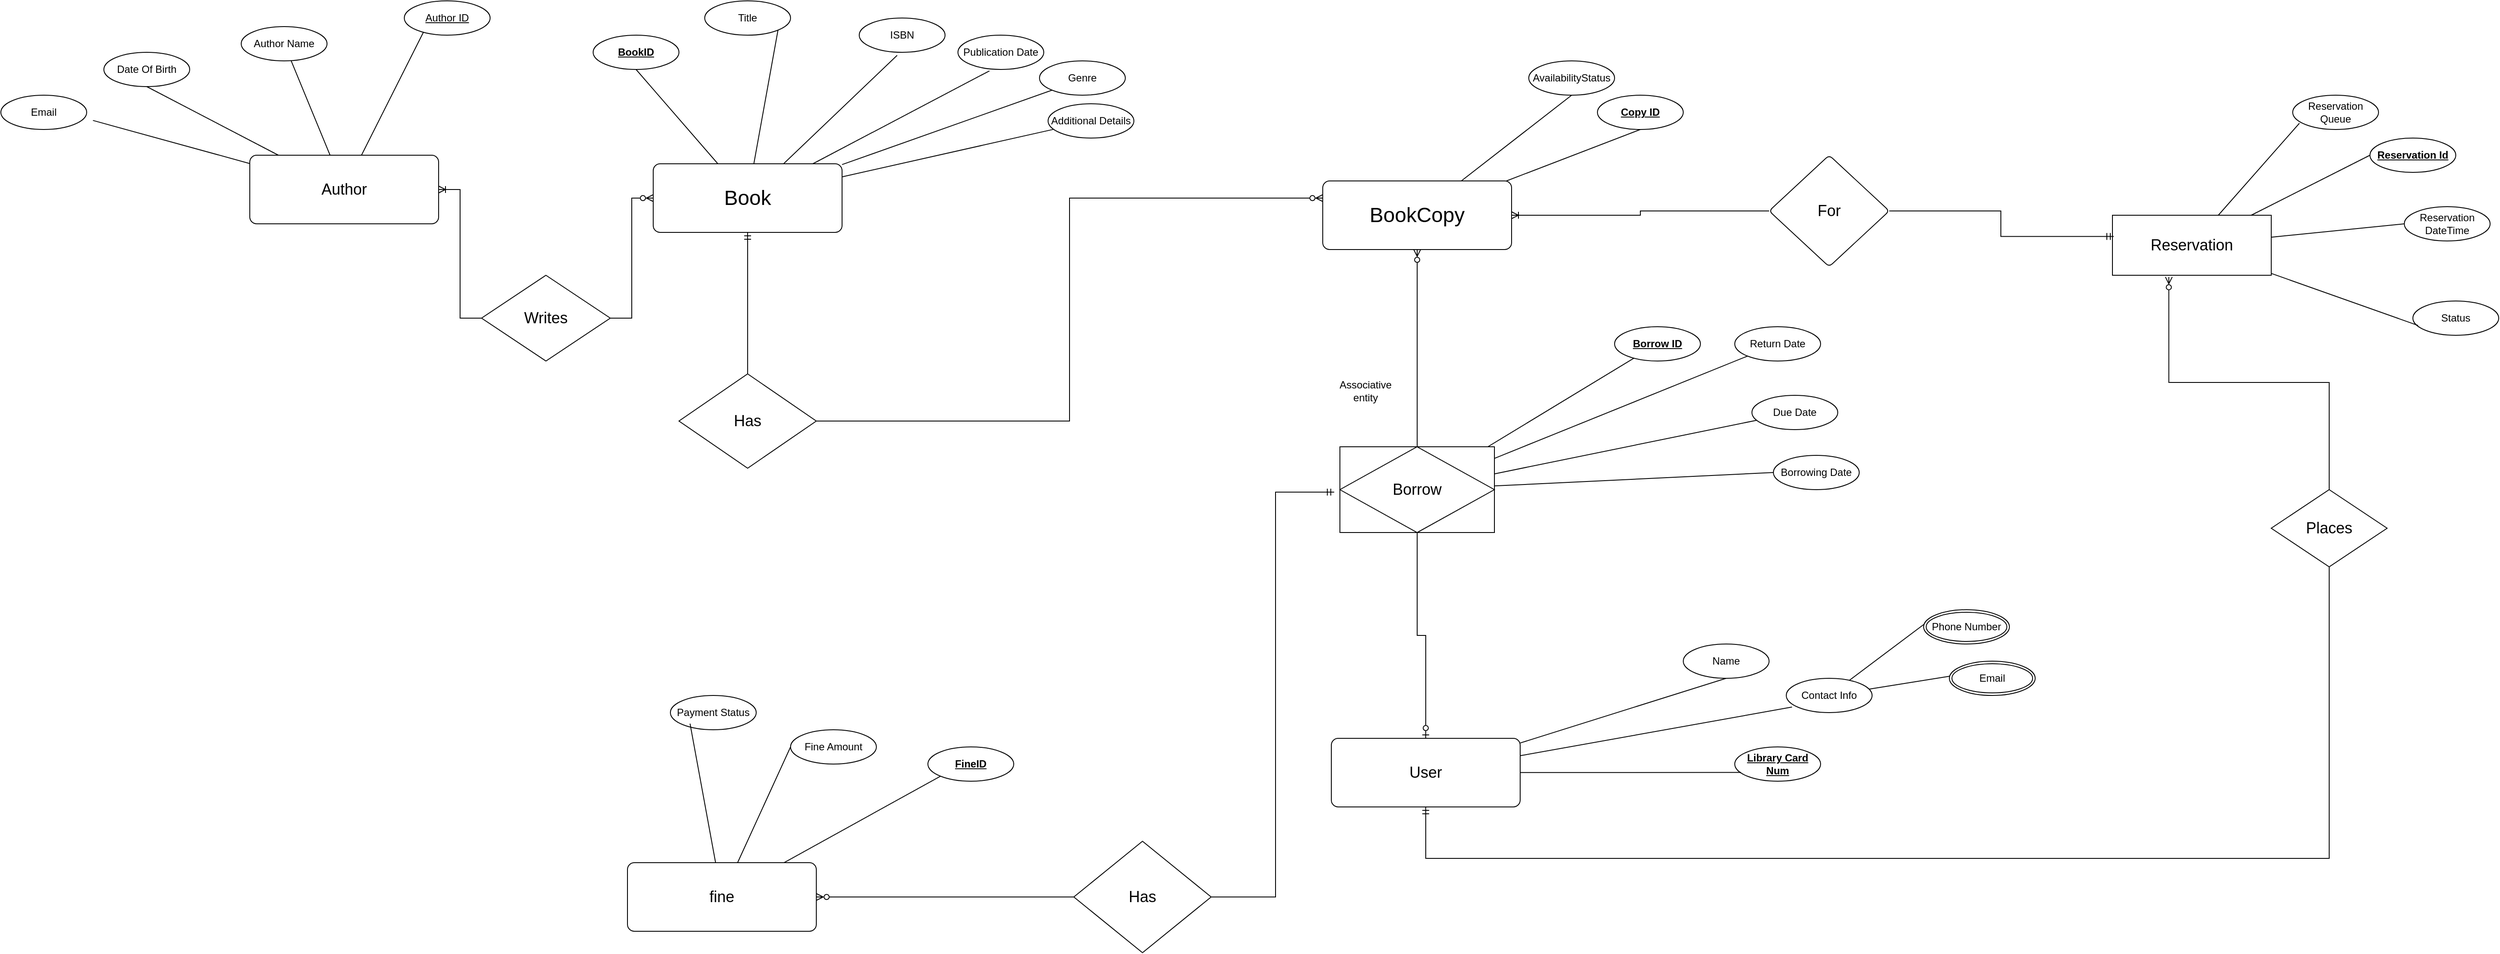
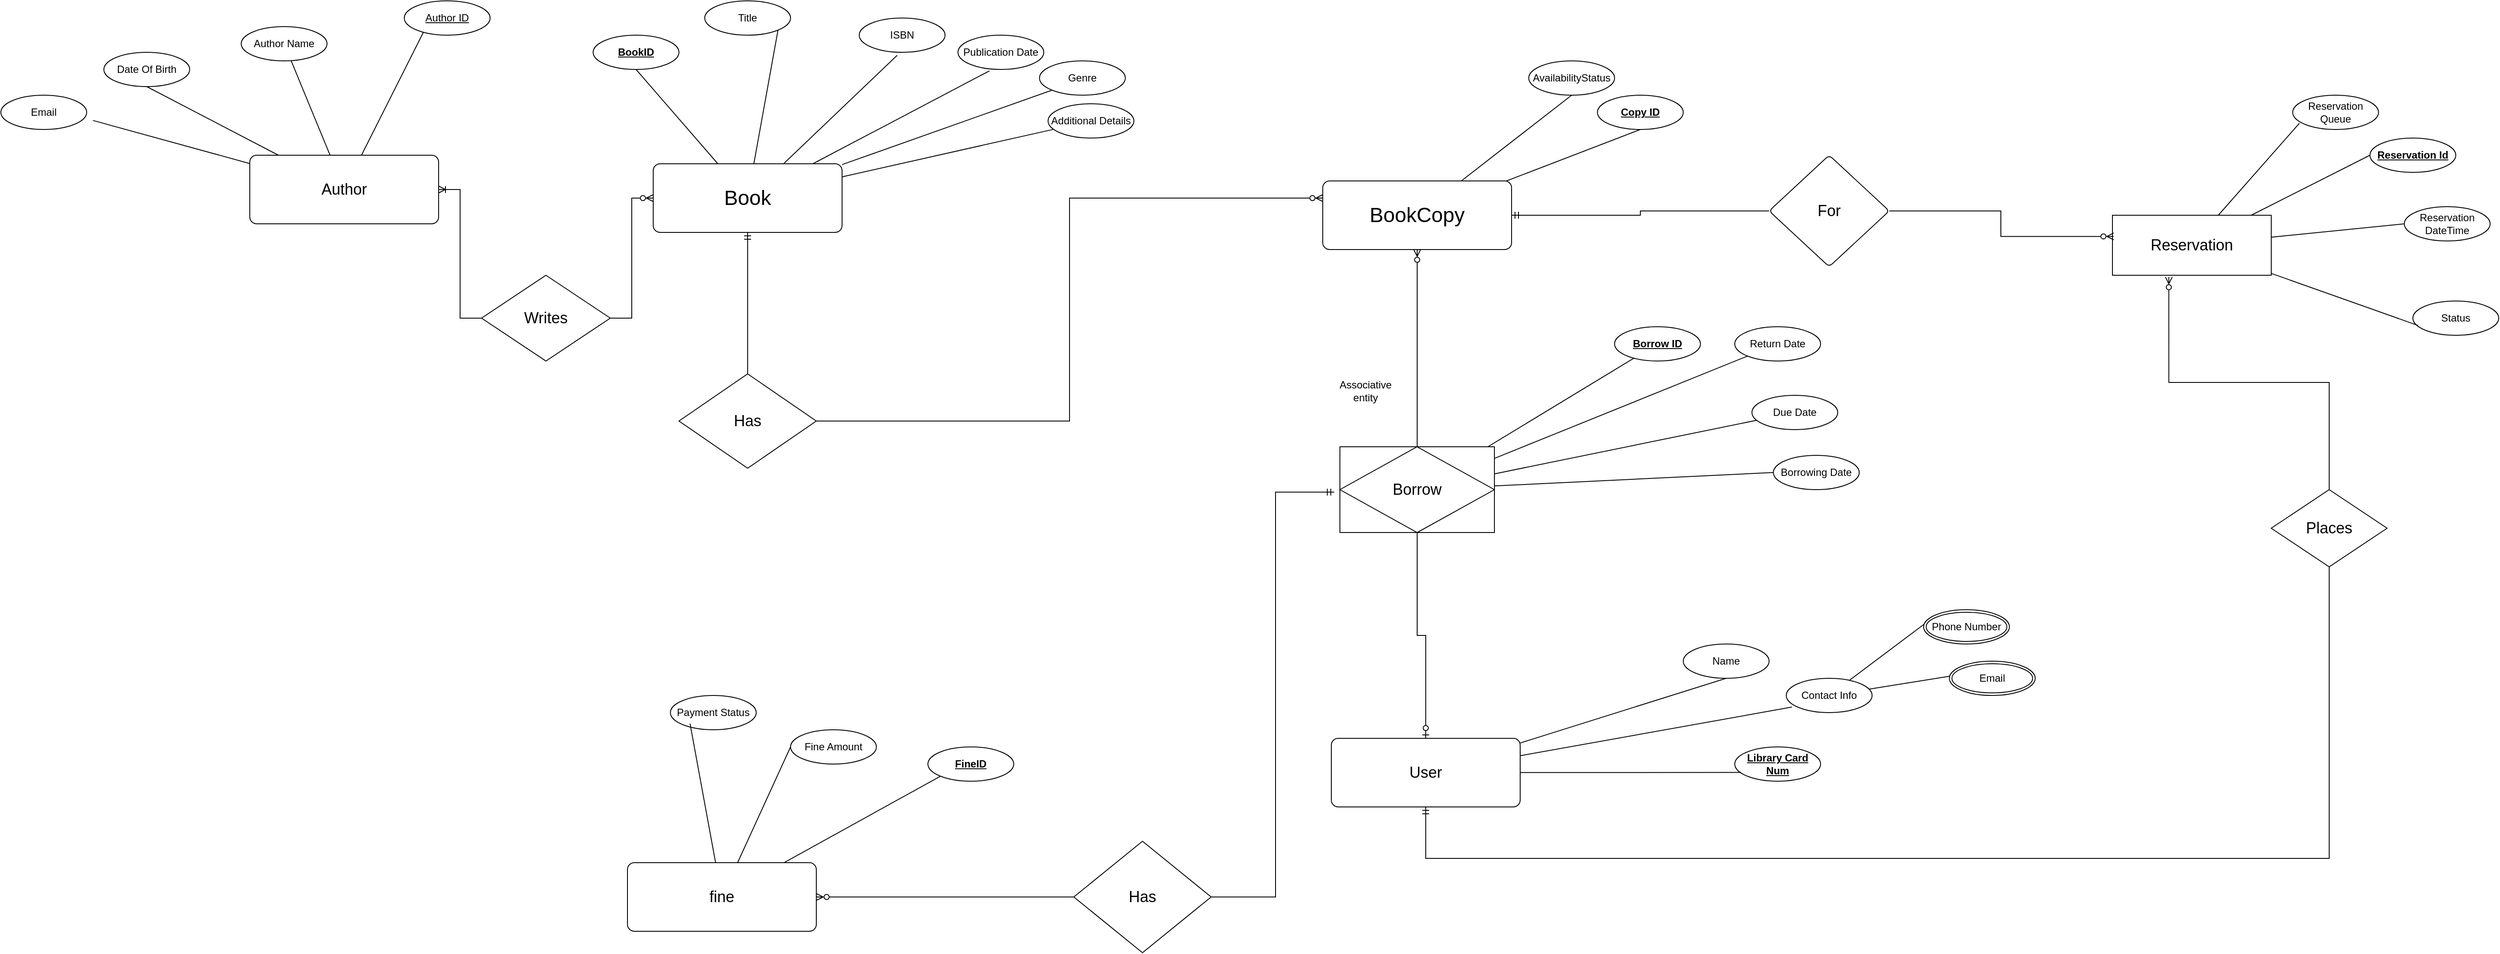
<mxfile host="app.diagrams.net">
  <diagram name="Page-1" id="B9Nwf9ZPLkXmfYra15Gt">
-     <mxGraphModel dx="2298" dy="1789" grid="1" gridSize="10" guides="1" tooltips="1" connect="1" arrows="1" fold="1" page="1" pageScale="1" pageWidth="850" pageHeight="1100" math="0" shadow="0">
+     <mxGraphModel dx="2495" dy="1889" grid="1" gridSize="10" guides="1" tooltips="1" connect="1" arrows="1" fold="1" page="1" pageScale="1" pageWidth="850" pageHeight="1100" math="0" shadow="0">
      <root>
        <mxCell id="0" />
        <mxCell id="1" parent="0" />
        <mxCell id="yqGJgnaFVJ7uCynHO3OM-8" edge="1" parent="1" source="yqGJgnaFVJ7uCynHO3OM-1" style="rounded=0;orthogonalLoop=1;jettySize=auto;html=1;entryX=0.5;entryY=1;entryDx=0;entryDy=0;endArrow=none;endFill=0;" target="yqGJgnaFVJ7uCynHO3OM-7">
          <mxGeometry relative="1" as="geometry" />
        </mxCell>
        <mxCell id="yqGJgnaFVJ7uCynHO3OM-9" edge="1" parent="1" source="yqGJgnaFVJ7uCynHO3OM-1" style="rounded=0;orthogonalLoop=1;jettySize=auto;html=1;entryX=1;entryY=1;entryDx=0;entryDy=0;endArrow=none;endFill=0;" target="yqGJgnaFVJ7uCynHO3OM-6">
          <mxGeometry relative="1" as="geometry" />
        </mxCell>
        <mxCell id="yqGJgnaFVJ7uCynHO3OM-14" edge="1" parent="1" source="yqGJgnaFVJ7uCynHO3OM-1" style="rounded=0;orthogonalLoop=1;jettySize=auto;html=1;entryX=0;entryY=1;entryDx=0;entryDy=0;endArrow=none;endFill=0;" target="yqGJgnaFVJ7uCynHO3OM-5">
          <mxGeometry relative="1" as="geometry" />
        </mxCell>
        <mxCell id="yqGJgnaFVJ7uCynHO3OM-16" edge="1" parent="1" source="yqGJgnaFVJ7uCynHO3OM-1" style="rounded=0;orthogonalLoop=1;jettySize=auto;html=1;endArrow=none;endFill=0;" target="yqGJgnaFVJ7uCynHO3OM-15">
          <mxGeometry relative="1" as="geometry" />
        </mxCell>
        <mxCell id="yqGJgnaFVJ7uCynHO3OM-65" edge="1" parent="1" source="yqGJgnaFVJ7uCynHO3OM-1" style="edgeStyle=orthogonalEdgeStyle;rounded=0;orthogonalLoop=1;jettySize=auto;html=1;startArrow=ERmandOne;startFill=0;endArrow=none;endFill=0;" target="yqGJgnaFVJ7uCynHO3OM-64">
          <mxGeometry relative="1" as="geometry" />
        </mxCell>
        <mxCell id="yqGJgnaFVJ7uCynHO3OM-1" parent="1" style="rounded=1;arcSize=10;whiteSpace=wrap;html=1;align=center;" value="&lt;font style=&quot;font-size: 24px;&quot;&gt;Book&lt;/font&gt;" vertex="1">
          <mxGeometry height="80" width="220" x="-30" y="110" as="geometry" />
        </mxCell>
        <mxCell id="yqGJgnaFVJ7uCynHO3OM-2" parent="1" style="ellipse;whiteSpace=wrap;html=1;align=center;" value="Author Name" vertex="1">
          <mxGeometry height="40" width="100" x="-510" y="-50" as="geometry" />
        </mxCell>
        <mxCell id="yqGJgnaFVJ7uCynHO3OM-3" parent="1" style="ellipse;whiteSpace=wrap;html=1;align=center;" value="ISBN" vertex="1">
          <mxGeometry height="40" width="100" x="210" y="-60" as="geometry" />
        </mxCell>
        <mxCell id="yqGJgnaFVJ7uCynHO3OM-4" parent="1" style="ellipse;whiteSpace=wrap;html=1;align=center;" value="Publication Date" vertex="1">
          <mxGeometry height="40" width="100" x="325" y="-40" as="geometry" />
        </mxCell>
        <mxCell id="yqGJgnaFVJ7uCynHO3OM-5" parent="1" style="ellipse;whiteSpace=wrap;html=1;align=center;" value="Genre" vertex="1">
          <mxGeometry height="40" width="100" x="420" y="-10" as="geometry" />
        </mxCell>
        <mxCell id="yqGJgnaFVJ7uCynHO3OM-6" parent="1" style="ellipse;whiteSpace=wrap;html=1;align=center;" value="Title" vertex="1">
          <mxGeometry height="40" width="100" x="30" y="-80" as="geometry" />
        </mxCell>
        <mxCell id="yqGJgnaFVJ7uCynHO3OM-7" parent="1" style="ellipse;whiteSpace=wrap;html=1;align=center;" value="&lt;b&gt;&lt;u&gt;BookID&lt;/u&gt;&lt;/b&gt;" vertex="1">
          <mxGeometry height="40" width="100" x="-100" y="-40" as="geometry" />
        </mxCell>
        <mxCell id="yqGJgnaFVJ7uCynHO3OM-12" edge="1" parent="1" source="yqGJgnaFVJ7uCynHO3OM-1" style="rounded=0;orthogonalLoop=1;jettySize=auto;html=1;entryX=0.442;entryY=1.088;entryDx=0;entryDy=0;entryPerimeter=0;endArrow=none;endFill=0;" target="yqGJgnaFVJ7uCynHO3OM-3">
          <mxGeometry relative="1" as="geometry" />
        </mxCell>
        <mxCell id="yqGJgnaFVJ7uCynHO3OM-13" edge="1" parent="1" source="yqGJgnaFVJ7uCynHO3OM-1" style="rounded=0;orthogonalLoop=1;jettySize=auto;html=1;entryX=0.367;entryY=1.041;entryDx=0;entryDy=0;entryPerimeter=0;endArrow=none;endFill=0;" target="yqGJgnaFVJ7uCynHO3OM-4">
          <mxGeometry relative="1" as="geometry" />
        </mxCell>
        <mxCell id="yqGJgnaFVJ7uCynHO3OM-15" parent="1" style="ellipse;whiteSpace=wrap;html=1;align=center;" value="&lt;div&gt;Additional Details&lt;/div&gt;" vertex="1">
          <mxGeometry height="40" width="100" x="430" y="40" as="geometry" />
        </mxCell>
        <mxCell id="yqGJgnaFVJ7uCynHO3OM-19" edge="1" parent="1" source="yqGJgnaFVJ7uCynHO3OM-17" style="rounded=0;orthogonalLoop=1;jettySize=auto;html=1;entryX=0.5;entryY=1;entryDx=0;entryDy=0;endArrow=none;endFill=0;" target="yqGJgnaFVJ7uCynHO3OM-18">
          <mxGeometry relative="1" as="geometry" />
        </mxCell>
        <mxCell id="yqGJgnaFVJ7uCynHO3OM-21" edge="1" parent="1" source="yqGJgnaFVJ7uCynHO3OM-17" style="rounded=0;orthogonalLoop=1;jettySize=auto;html=1;entryX=0.5;entryY=1;entryDx=0;entryDy=0;endArrow=none;endFill=0;" target="yqGJgnaFVJ7uCynHO3OM-20">
          <mxGeometry relative="1" as="geometry" />
        </mxCell>
-         <mxCell id="yqGJgnaFVJ7uCynHO3OM-77" edge="1" parent="1" source="yqGJgnaFVJ7uCynHO3OM-17" style="edgeStyle=orthogonalEdgeStyle;rounded=0;orthogonalLoop=1;jettySize=auto;html=1;endArrow=none;endFill=0;startArrow=ERoneToMany;startFill=0;" target="yqGJgnaFVJ7uCynHO3OM-76" value="">
+         <mxCell id="yqGJgnaFVJ7uCynHO3OM-77" edge="1" parent="1" source="yqGJgnaFVJ7uCynHO3OM-17" style="edgeStyle=orthogonalEdgeStyle;rounded=0;orthogonalLoop=1;jettySize=auto;html=1;endArrow=none;endFill=0;startArrow=ERmandOne;startFill=0;" target="yqGJgnaFVJ7uCynHO3OM-76" value="">
          <mxGeometry relative="1" as="geometry" />
        </mxCell>
        <mxCell id="yqGJgnaFVJ7uCynHO3OM-17" parent="1" style="rounded=1;arcSize=10;whiteSpace=wrap;html=1;align=center;" value="&lt;font style=&quot;font-size: 24px;&quot;&gt;BookCopy&lt;/font&gt;" vertex="1">
          <mxGeometry height="80" width="220" x="750" y="130" as="geometry" />
        </mxCell>
        <mxCell id="yqGJgnaFVJ7uCynHO3OM-18" parent="1" style="ellipse;whiteSpace=wrap;html=1;align=center;" value="&lt;u&gt;&lt;b&gt;Copy ID&lt;/b&gt;&lt;/u&gt;" vertex="1">
          <mxGeometry height="40" width="100" x="1070" y="30" as="geometry" />
        </mxCell>
        <mxCell id="yqGJgnaFVJ7uCynHO3OM-20" parent="1" style="ellipse;whiteSpace=wrap;html=1;align=center;" value="&lt;div&gt;AvailabilityStatus &lt;/div&gt;" vertex="1">
          <mxGeometry height="40" width="100" x="990" y="-10" as="geometry" />
        </mxCell>
        <mxCell id="yqGJgnaFVJ7uCynHO3OM-24" edge="1" parent="1" source="yqGJgnaFVJ7uCynHO3OM-22" style="rounded=0;orthogonalLoop=1;jettySize=auto;html=1;entryX=0.5;entryY=1;entryDx=0;entryDy=0;endArrow=none;endFill=0;" target="yqGJgnaFVJ7uCynHO3OM-23">
          <mxGeometry relative="1" as="geometry" />
        </mxCell>
        <mxCell id="yqGJgnaFVJ7uCynHO3OM-62" edge="1" parent="1" source="yqGJgnaFVJ7uCynHO3OM-33" style="edgeStyle=orthogonalEdgeStyle;rounded=0;orthogonalLoop=1;jettySize=auto;html=1;entryX=1;entryY=0.5;entryDx=0;entryDy=0;endArrow=none;endFill=0;startArrow=ERmandOne;startFill=0;exitX=-0.037;exitY=0.529;exitDx=0;exitDy=0;exitPerimeter=0;" target="yqGJgnaFVJ7uCynHO3OM-61">
          <mxGeometry relative="1" as="geometry" />
        </mxCell>
        <mxCell id="yqGJgnaFVJ7uCynHO3OM-90" edge="1" parent="1" source="yqGJgnaFVJ7uCynHO3OM-22" style="edgeStyle=orthogonalEdgeStyle;rounded=0;orthogonalLoop=1;jettySize=auto;html=1;entryX=0.5;entryY=1;entryDx=0;entryDy=0;endArrow=none;endFill=0;startArrow=ERmandOne;startFill=0;" target="yqGJgnaFVJ7uCynHO3OM-89">
          <mxGeometry relative="1" as="geometry">
            <Array as="points">
              <mxPoint x="870" y="920" />
              <mxPoint x="1922.55" y="920" />
            </Array>
          </mxGeometry>
        </mxCell>
        <mxCell id="yqGJgnaFVJ7uCynHO3OM-22" parent="1" style="rounded=1;arcSize=10;whiteSpace=wrap;html=1;align=center;" value="&lt;font style=&quot;font-size: 18px;&quot;&gt;User&lt;/font&gt;" vertex="1">
          <mxGeometry height="80" width="220" x="760" y="780" as="geometry" />
        </mxCell>
        <mxCell id="yqGJgnaFVJ7uCynHO3OM-23" parent="1" style="ellipse;whiteSpace=wrap;html=1;align=center;" value="Name" vertex="1">
          <mxGeometry height="40" width="100" x="1170" y="670" as="geometry" />
        </mxCell>
        <mxCell id="yqGJgnaFVJ7uCynHO3OM-44" edge="1" parent="1" source="yqGJgnaFVJ7uCynHO3OM-26" style="rounded=0;orthogonalLoop=1;jettySize=auto;html=1;endArrow=none;endFill=0;entryX=0.005;entryY=0.425;entryDx=0;entryDy=0;entryPerimeter=0;" target="uUi9bw1wtk8PfAUnjRbH-2" value="">
          <mxGeometry relative="1" as="geometry">
            <mxPoint x="1419.6446614452443" y="658.2676115234988" as="targetPoint" />
          </mxGeometry>
        </mxCell>
        <mxCell id="yqGJgnaFVJ7uCynHO3OM-26" parent="1" style="ellipse;whiteSpace=wrap;html=1;align=center;" value="Contact Info" vertex="1">
          <mxGeometry height="40" width="100" x="1290" y="710" as="geometry" />
        </mxCell>
        <mxCell id="yqGJgnaFVJ7uCynHO3OM-29" edge="1" parent="1" source="yqGJgnaFVJ7uCynHO3OM-22" style="rounded=0;orthogonalLoop=1;jettySize=auto;html=1;entryX=0.067;entryY=0.838;entryDx=0;entryDy=0;entryPerimeter=0;endArrow=none;endFill=0;" target="yqGJgnaFVJ7uCynHO3OM-26">
          <mxGeometry relative="1" as="geometry" />
        </mxCell>
        <mxCell id="yqGJgnaFVJ7uCynHO3OM-30" parent="1" style="ellipse;whiteSpace=wrap;html=1;align=center;" value="&lt;u&gt;&lt;b&gt;Library Card Num&lt;/b&gt;&lt;/u&gt;" vertex="1">
          <mxGeometry height="40" width="100" x="1230" y="790" as="geometry" />
        </mxCell>
        <mxCell id="yqGJgnaFVJ7uCynHO3OM-31" edge="1" parent="1" source="yqGJgnaFVJ7uCynHO3OM-22" style="rounded=0;orthogonalLoop=1;jettySize=auto;html=1;entryX=0.073;entryY=0.744;entryDx=0;entryDy=0;entryPerimeter=0;endArrow=none;endFill=0;" target="yqGJgnaFVJ7uCynHO3OM-30">
          <mxGeometry relative="1" as="geometry" />
        </mxCell>
        <mxCell id="yqGJgnaFVJ7uCynHO3OM-48" edge="1" parent="1" source="yqGJgnaFVJ7uCynHO3OM-33" style="rounded=0;orthogonalLoop=1;jettySize=auto;html=1;endArrow=none;endFill=0;" target="yqGJgnaFVJ7uCynHO3OM-40">
          <mxGeometry relative="1" as="geometry" />
        </mxCell>
        <mxCell id="yqGJgnaFVJ7uCynHO3OM-49" edge="1" parent="1" source="yqGJgnaFVJ7uCynHO3OM-33" style="rounded=0;orthogonalLoop=1;jettySize=auto;html=1;endArrow=none;endFill=0;" target="yqGJgnaFVJ7uCynHO3OM-36">
          <mxGeometry relative="1" as="geometry" />
        </mxCell>
        <mxCell id="uUi9bw1wtk8PfAUnjRbH-9" edge="1" parent="1" source="yqGJgnaFVJ7uCynHO3OM-33" style="rounded=0;orthogonalLoop=1;jettySize=auto;html=1;endArrow=none;endFill=0;" target="uUi9bw1wtk8PfAUnjRbH-8">
          <mxGeometry relative="1" as="geometry" />
        </mxCell>
        <mxCell id="yqGJgnaFVJ7uCynHO3OM-33" parent="1" style="shape=associativeEntity;whiteSpace=wrap;html=1;align=center;" value="&lt;font style=&quot;font-size: 18px;&quot;&gt;Borrow&lt;/font&gt;" vertex="1">
          <mxGeometry height="100" width="180" x="770" y="440" as="geometry" />
        </mxCell>
        <mxCell id="yqGJgnaFVJ7uCynHO3OM-36" parent="1" style="ellipse;whiteSpace=wrap;html=1;align=center;" value="Return Date" vertex="1">
          <mxGeometry height="40" width="100" x="1230" y="300" as="geometry" />
        </mxCell>
        <mxCell id="yqGJgnaFVJ7uCynHO3OM-39" parent="1" style="ellipse;whiteSpace=wrap;html=1;align=center;" value="Borrowing Date" vertex="1">
          <mxGeometry height="40" width="100" x="1275" y="450" as="geometry" />
        </mxCell>
        <mxCell id="yqGJgnaFVJ7uCynHO3OM-40" parent="1" style="ellipse;whiteSpace=wrap;html=1;align=center;" value="Due Date" vertex="1">
          <mxGeometry height="40" width="100" x="1250" y="380" as="geometry" />
        </mxCell>
        <mxCell id="yqGJgnaFVJ7uCynHO3OM-46" edge="1" parent="1" source="yqGJgnaFVJ7uCynHO3OM-26" style="rounded=0;orthogonalLoop=1;jettySize=auto;html=1;entryX=0.063;entryY=0.415;entryDx=0;entryDy=0;entryPerimeter=0;endArrow=none;endFill=0;" target="uUi9bw1wtk8PfAUnjRbH-1">
          <mxGeometry relative="1" as="geometry">
            <mxPoint x="1509.1999999999998" y="696.6399999999999" as="targetPoint" />
          </mxGeometry>
        </mxCell>
        <mxCell id="yqGJgnaFVJ7uCynHO3OM-47" edge="1" parent="1" source="yqGJgnaFVJ7uCynHO3OM-33" style="rounded=0;orthogonalLoop=1;jettySize=auto;html=1;entryX=0;entryY=0.5;entryDx=0;entryDy=0;endArrow=none;endFill=0;" target="yqGJgnaFVJ7uCynHO3OM-39">
          <mxGeometry relative="1" as="geometry" />
        </mxCell>
        <mxCell id="yqGJgnaFVJ7uCynHO3OM-54" edge="1" parent="1" source="yqGJgnaFVJ7uCynHO3OM-50" style="rounded=0;orthogonalLoop=1;jettySize=auto;html=1;entryX=0;entryY=0.5;entryDx=0;entryDy=0;endArrow=none;endFill=0;" target="yqGJgnaFVJ7uCynHO3OM-53">
          <mxGeometry relative="1" as="geometry" />
        </mxCell>
        <mxCell id="yqGJgnaFVJ7uCynHO3OM-87" edge="1" parent="1" source="yqGJgnaFVJ7uCynHO3OM-50" style="rounded=0;orthogonalLoop=1;jettySize=auto;html=1;entryX=0;entryY=1;entryDx=0;entryDy=0;endArrow=none;endFill=0;" target="yqGJgnaFVJ7uCynHO3OM-86">
          <mxGeometry relative="1" as="geometry" />
        </mxCell>
        <mxCell id="yqGJgnaFVJ7uCynHO3OM-50" parent="1" style="rounded=1;arcSize=10;whiteSpace=wrap;html=1;align=center;" value="&lt;font style=&quot;font-size: 18px;&quot;&gt;fine&lt;/font&gt;" vertex="1">
          <mxGeometry height="80" width="220" x="-60" y="925" as="geometry" />
        </mxCell>
        <mxCell id="yqGJgnaFVJ7uCynHO3OM-51" parent="1" style="ellipse;whiteSpace=wrap;html=1;align=center;" value="Payment Status" vertex="1">
          <mxGeometry height="40" width="100" x="-10" y="730" as="geometry" />
        </mxCell>
        <mxCell id="yqGJgnaFVJ7uCynHO3OM-52" edge="1" parent="1" source="yqGJgnaFVJ7uCynHO3OM-50" style="rounded=0;orthogonalLoop=1;jettySize=auto;html=1;entryX=0.229;entryY=0.822;entryDx=0;entryDy=0;entryPerimeter=0;endArrow=none;endFill=0;" target="yqGJgnaFVJ7uCynHO3OM-51">
          <mxGeometry relative="1" as="geometry" />
        </mxCell>
        <mxCell id="yqGJgnaFVJ7uCynHO3OM-53" parent="1" style="ellipse;whiteSpace=wrap;html=1;align=center;" value="Fine Amount" vertex="1">
          <mxGeometry height="40" width="100" x="130" y="770" as="geometry" />
        </mxCell>
        <mxCell id="yqGJgnaFVJ7uCynHO3OM-57" edge="1" parent="1" source="yqGJgnaFVJ7uCynHO3OM-22" style="edgeStyle=orthogonalEdgeStyle;rounded=0;orthogonalLoop=1;jettySize=auto;html=1;entryX=0.5;entryY=1;entryDx=0;entryDy=0;endArrow=none;endFill=0;startArrow=ERzeroToOne;startFill=0;" target="yqGJgnaFVJ7uCynHO3OM-33">
          <mxGeometry relative="1" as="geometry" />
        </mxCell>
        <mxCell id="yqGJgnaFVJ7uCynHO3OM-59" edge="1" parent="1" source="yqGJgnaFVJ7uCynHO3OM-17" style="edgeStyle=orthogonalEdgeStyle;rounded=0;orthogonalLoop=1;jettySize=auto;html=1;entryX=0.5;entryY=0;entryDx=0;entryDy=0;endArrow=none;endFill=0;startArrow=ERzeroToMany;startFill=0;" target="yqGJgnaFVJ7uCynHO3OM-33">
          <mxGeometry relative="1" as="geometry" />
        </mxCell>
        <mxCell id="yqGJgnaFVJ7uCynHO3OM-63" edge="1" parent="1" source="yqGJgnaFVJ7uCynHO3OM-61" style="edgeStyle=orthogonalEdgeStyle;rounded=0;orthogonalLoop=1;jettySize=auto;html=1;entryX=1;entryY=0.5;entryDx=0;entryDy=0;endArrow=ERzeroToMany;endFill=0;startArrow=none;startFill=0;" target="yqGJgnaFVJ7uCynHO3OM-50">
          <mxGeometry relative="1" as="geometry" />
        </mxCell>
        <mxCell id="yqGJgnaFVJ7uCynHO3OM-61" parent="1" style="shape=rhombus;perimeter=rhombusPerimeter;whiteSpace=wrap;html=1;align=center;" value="&lt;font style=&quot;font-size: 18px;&quot;&gt;Has&lt;/font&gt;" vertex="1">
          <mxGeometry height="130" width="160" x="460" y="900" as="geometry" />
        </mxCell>
        <mxCell id="yqGJgnaFVJ7uCynHO3OM-66" edge="1" parent="1" source="yqGJgnaFVJ7uCynHO3OM-64" style="edgeStyle=orthogonalEdgeStyle;rounded=0;orthogonalLoop=1;jettySize=auto;html=1;entryX=0;entryY=0.25;entryDx=0;entryDy=0;endArrow=ERzeroToMany;endFill=0;" target="yqGJgnaFVJ7uCynHO3OM-17">
          <mxGeometry relative="1" as="geometry" />
        </mxCell>
        <mxCell id="yqGJgnaFVJ7uCynHO3OM-64" parent="1" style="shape=rhombus;perimeter=rhombusPerimeter;whiteSpace=wrap;html=1;align=center;" value="&lt;font style=&quot;font-size: 18px;&quot;&gt;Has&lt;/font&gt;" vertex="1">
          <mxGeometry height="110" width="160" y="355" as="geometry" />
        </mxCell>
        <mxCell id="yqGJgnaFVJ7uCynHO3OM-70" edge="1" parent="1" source="yqGJgnaFVJ7uCynHO3OM-68" style="rounded=0;orthogonalLoop=1;jettySize=auto;html=1;entryX=0;entryY=0.5;entryDx=0;entryDy=0;endArrow=none;endFill=0;" target="yqGJgnaFVJ7uCynHO3OM-69">
          <mxGeometry relative="1" as="geometry" />
        </mxCell>
        <mxCell id="yqGJgnaFVJ7uCynHO3OM-68" parent="1" style="whiteSpace=wrap;html=1;" value="&lt;font style=&quot;font-size: 18px;&quot;&gt;Reservation&lt;/font&gt;" vertex="1">
          <mxGeometry height="70" width="185" x="1670" y="170" as="geometry" />
        </mxCell>
        <mxCell id="yqGJgnaFVJ7uCynHO3OM-69" parent="1" style="ellipse;whiteSpace=wrap;html=1;align=center;" value="&lt;b&gt;&lt;u&gt;Reservation Id&lt;/u&gt;&lt;/b&gt;" vertex="1">
          <mxGeometry height="40" width="100" x="1970" y="80" as="geometry" />
        </mxCell>
        <mxCell id="yqGJgnaFVJ7uCynHO3OM-71" parent="1" style="ellipse;whiteSpace=wrap;html=1;align=center;" value="Reservation DateTime" vertex="1">
          <mxGeometry height="40" width="100" x="2010" y="160" as="geometry" />
        </mxCell>
        <mxCell id="yqGJgnaFVJ7uCynHO3OM-72" edge="1" parent="1" source="yqGJgnaFVJ7uCynHO3OM-68" style="rounded=0;orthogonalLoop=1;jettySize=auto;html=1;entryX=0;entryY=0.5;entryDx=0;entryDy=0;endArrow=none;endFill=0;" target="yqGJgnaFVJ7uCynHO3OM-71">
          <mxGeometry relative="1" as="geometry" />
        </mxCell>
        <mxCell id="yqGJgnaFVJ7uCynHO3OM-74" parent="1" style="ellipse;whiteSpace=wrap;html=1;align=center;" value="Status" vertex="1">
          <mxGeometry height="40" width="100" x="2020" y="270" as="geometry" />
        </mxCell>
        <mxCell id="yqGJgnaFVJ7uCynHO3OM-75" edge="1" parent="1" source="yqGJgnaFVJ7uCynHO3OM-68" style="rounded=0;orthogonalLoop=1;jettySize=auto;html=1;entryX=0.061;entryY=0.714;entryDx=0;entryDy=0;entryPerimeter=0;endArrow=none;endFill=0;" target="yqGJgnaFVJ7uCynHO3OM-74">
          <mxGeometry relative="1" as="geometry" />
        </mxCell>
        <mxCell id="yqGJgnaFVJ7uCynHO3OM-76" parent="1" style="rhombus;whiteSpace=wrap;html=1;rounded=1;arcSize=10;" value="&lt;font style=&quot;font-size: 18px;&quot;&gt;For&lt;/font&gt;" vertex="1">
          <mxGeometry height="130" width="140" x="1270" y="100" as="geometry" />
        </mxCell>
-         <mxCell id="yqGJgnaFVJ7uCynHO3OM-78" edge="1" parent="1" source="yqGJgnaFVJ7uCynHO3OM-76" style="edgeStyle=orthogonalEdgeStyle;rounded=0;orthogonalLoop=1;jettySize=auto;html=1;entryX=0.008;entryY=0.353;entryDx=0;entryDy=0;entryPerimeter=0;endArrow=ERmandOne;endFill=0;" target="yqGJgnaFVJ7uCynHO3OM-68">
+         <mxCell id="yqGJgnaFVJ7uCynHO3OM-78" edge="1" parent="1" source="yqGJgnaFVJ7uCynHO3OM-76" style="edgeStyle=orthogonalEdgeStyle;rounded=0;orthogonalLoop=1;jettySize=auto;html=1;entryX=0.008;entryY=0.353;entryDx=0;entryDy=0;entryPerimeter=0;endArrow=ERzeroToMany;endFill=0;" target="yqGJgnaFVJ7uCynHO3OM-68">
          <mxGeometry relative="1" as="geometry" />
        </mxCell>
        <mxCell id="yqGJgnaFVJ7uCynHO3OM-80" edge="1" parent="1" source="yqGJgnaFVJ7uCynHO3OM-79" style="rounded=0;orthogonalLoop=1;jettySize=auto;html=1;endArrow=none;endFill=0;" target="yqGJgnaFVJ7uCynHO3OM-2">
          <mxGeometry relative="1" as="geometry" />
        </mxCell>
        <mxCell id="yqGJgnaFVJ7uCynHO3OM-84" edge="1" parent="1" source="yqGJgnaFVJ7uCynHO3OM-79" style="edgeStyle=orthogonalEdgeStyle;rounded=0;orthogonalLoop=1;jettySize=auto;html=1;entryX=0;entryY=0.5;entryDx=0;entryDy=0;endArrow=none;endFill=0;startArrow=ERoneToMany;startFill=0;" target="yqGJgnaFVJ7uCynHO3OM-83">
          <mxGeometry relative="1" as="geometry" />
        </mxCell>
        <mxCell id="uUi9bw1wtk8PfAUnjRbH-12" edge="1" parent="1" source="yqGJgnaFVJ7uCynHO3OM-79" style="rounded=0;orthogonalLoop=1;jettySize=auto;html=1;entryX=0.5;entryY=1;entryDx=0;entryDy=0;endArrow=none;endFill=0;" target="uUi9bw1wtk8PfAUnjRbH-11">
          <mxGeometry relative="1" as="geometry" />
        </mxCell>
        <mxCell id="yqGJgnaFVJ7uCynHO3OM-79" parent="1" style="rounded=1;arcSize=10;whiteSpace=wrap;html=1;align=center;" value="&lt;font style=&quot;font-size: 18px;&quot;&gt;Author&lt;/font&gt;" vertex="1">
          <mxGeometry height="80" width="220" x="-500" y="100" as="geometry" />
        </mxCell>
        <mxCell id="yqGJgnaFVJ7uCynHO3OM-81" parent="1" style="ellipse;whiteSpace=wrap;html=1;align=center;" value="&lt;u&gt;Author ID&lt;/u&gt;" vertex="1">
          <mxGeometry height="40" width="100" x="-320" y="-80" as="geometry" />
        </mxCell>
        <mxCell id="yqGJgnaFVJ7uCynHO3OM-82" edge="1" parent="1" source="yqGJgnaFVJ7uCynHO3OM-79" style="rounded=0;orthogonalLoop=1;jettySize=auto;html=1;entryX=0.222;entryY=0.918;entryDx=0;entryDy=0;entryPerimeter=0;endArrow=none;endFill=0;" target="yqGJgnaFVJ7uCynHO3OM-81">
          <mxGeometry relative="1" as="geometry" />
        </mxCell>
        <mxCell id="yqGJgnaFVJ7uCynHO3OM-85" edge="1" parent="1" source="yqGJgnaFVJ7uCynHO3OM-83" style="edgeStyle=orthogonalEdgeStyle;rounded=0;orthogonalLoop=1;jettySize=auto;html=1;entryX=0;entryY=0.5;entryDx=0;entryDy=0;endArrow=ERzeroToMany;endFill=0;" target="yqGJgnaFVJ7uCynHO3OM-1">
          <mxGeometry relative="1" as="geometry" />
        </mxCell>
        <mxCell id="yqGJgnaFVJ7uCynHO3OM-83" parent="1" style="shape=rhombus;perimeter=rhombusPerimeter;whiteSpace=wrap;html=1;align=center;" value="&lt;font style=&quot;font-size: 18px;&quot;&gt;Writes&lt;/font&gt;" vertex="1">
          <mxGeometry height="100" width="150" x="-230" y="240" as="geometry" />
        </mxCell>
        <mxCell id="yqGJgnaFVJ7uCynHO3OM-86" parent="1" style="ellipse;whiteSpace=wrap;html=1;align=center;" value="&lt;b&gt;&lt;u&gt;FineID&lt;/u&gt;&lt;/b&gt;" vertex="1">
          <mxGeometry height="40" width="100" x="290" y="790" as="geometry" />
        </mxCell>
        <mxCell id="yqGJgnaFVJ7uCynHO3OM-89" parent="1" style="shape=rhombus;perimeter=rhombusPerimeter;whiteSpace=wrap;html=1;align=center;" value="&lt;font style=&quot;font-size: 18px;&quot;&gt;Places&lt;/font&gt;" vertex="1">
          <mxGeometry height="90" width="135" x="1855" y="490" as="geometry" />
        </mxCell>
        <mxCell id="yqGJgnaFVJ7uCynHO3OM-91" edge="1" parent="1" source="yqGJgnaFVJ7uCynHO3OM-89" style="edgeStyle=orthogonalEdgeStyle;rounded=0;orthogonalLoop=1;jettySize=auto;html=1;entryX=0.355;entryY=1.028;entryDx=0;entryDy=0;entryPerimeter=0;endArrow=ERzeroToMany;endFill=0;startArrow=none;startFill=0;" target="yqGJgnaFVJ7uCynHO3OM-68">
          <mxGeometry relative="1" as="geometry" />
        </mxCell>
        <mxCell id="uUi9bw1wtk8PfAUnjRbH-1" parent="1" style="ellipse;shape=doubleEllipse;margin=3;whiteSpace=wrap;html=1;align=center;" value="Email" vertex="1">
          <mxGeometry height="40" width="100" x="1480" y="690" as="geometry" />
        </mxCell>
        <mxCell id="uUi9bw1wtk8PfAUnjRbH-2" parent="1" style="ellipse;shape=doubleEllipse;margin=3;whiteSpace=wrap;html=1;align=center;" value="Phone Number" vertex="1">
          <mxGeometry height="40" width="100" x="1450" y="630" as="geometry" />
        </mxCell>
        <mxCell id="uUi9bw1wtk8PfAUnjRbH-3" parent="1" style="ellipse;whiteSpace=wrap;html=1;align=center;" value="Reservation Queue" vertex="1">
          <mxGeometry height="40" width="100" x="1880" y="30" as="geometry" />
        </mxCell>
        <mxCell id="uUi9bw1wtk8PfAUnjRbH-4" edge="1" parent="1" source="yqGJgnaFVJ7uCynHO3OM-68" style="rounded=0;orthogonalLoop=1;jettySize=auto;html=1;entryX=0.078;entryY=0.819;entryDx=0;entryDy=0;entryPerimeter=0;endArrow=none;endFill=0;" target="uUi9bw1wtk8PfAUnjRbH-3">
          <mxGeometry relative="1" as="geometry" />
        </mxCell>
        <mxCell id="uUi9bw1wtk8PfAUnjRbH-8" parent="1" style="ellipse;whiteSpace=wrap;html=1;align=center;" value="&lt;b&gt;&lt;u&gt;Borrow ID&lt;/u&gt;&lt;/b&gt;" vertex="1">
          <mxGeometry height="40" width="100" x="1090" y="300" as="geometry" />
        </mxCell>
        <mxCell id="uUi9bw1wtk8PfAUnjRbH-10" parent="1" style="text;html=1;whiteSpace=wrap;strokeColor=none;fillColor=none;align=center;verticalAlign=middle;rounded=0;" value="Associative entity" vertex="1">
          <mxGeometry height="30" width="60" x="770" y="360" as="geometry" />
        </mxCell>
        <mxCell id="uUi9bw1wtk8PfAUnjRbH-11" parent="1" style="ellipse;whiteSpace=wrap;html=1;align=center;" value="Date Of Birth" vertex="1">
          <mxGeometry height="40" width="100" x="-670" y="-20" as="geometry" />
        </mxCell>
        <mxCell id="uUi9bw1wtk8PfAUnjRbH-13" parent="1" style="ellipse;whiteSpace=wrap;html=1;align=center;" value="Email" vertex="1">
          <mxGeometry height="40" width="100" x="-790" y="30" as="geometry" />
        </mxCell>
        <mxCell id="uUi9bw1wtk8PfAUnjRbH-14" edge="1" parent="1" source="yqGJgnaFVJ7uCynHO3OM-79" style="rounded=0;orthogonalLoop=1;jettySize=auto;html=1;entryX=1.073;entryY=0.736;entryDx=0;entryDy=0;entryPerimeter=0;endArrow=none;endFill=0;" target="uUi9bw1wtk8PfAUnjRbH-13">
          <mxGeometry relative="1" as="geometry" />
        </mxCell>
      </root>
    </mxGraphModel>
  </diagram>
</mxfile>
